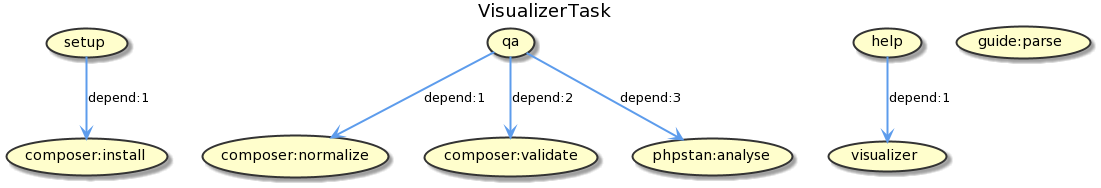
Before: build.png, a diagram exported from PlantUML (phingofficial/task-visualizer).
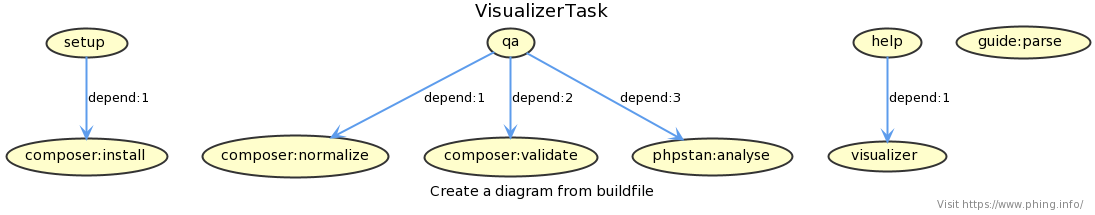
The same file after the commit.

Commit message:
Add new properties to customize diagrams

The edit, as a diff of the source:
```diff
@@ -1,7 +1,19 @@
 @startuml
-title VisualizerTask
+title
+VisualizerTask
+end title
+
+caption
+Create a diagram from buildfile
+end caption
+
+right footer
+Visit https://www.phing.info/
+end footer
+
 top to bottom direction
 
+skinparam Shadowing false
 skinparam ArrowFontColor Black
 skinparam ArrowThickness 2
 skinparam UseCaseBackgroundColor #FFFECC
```
